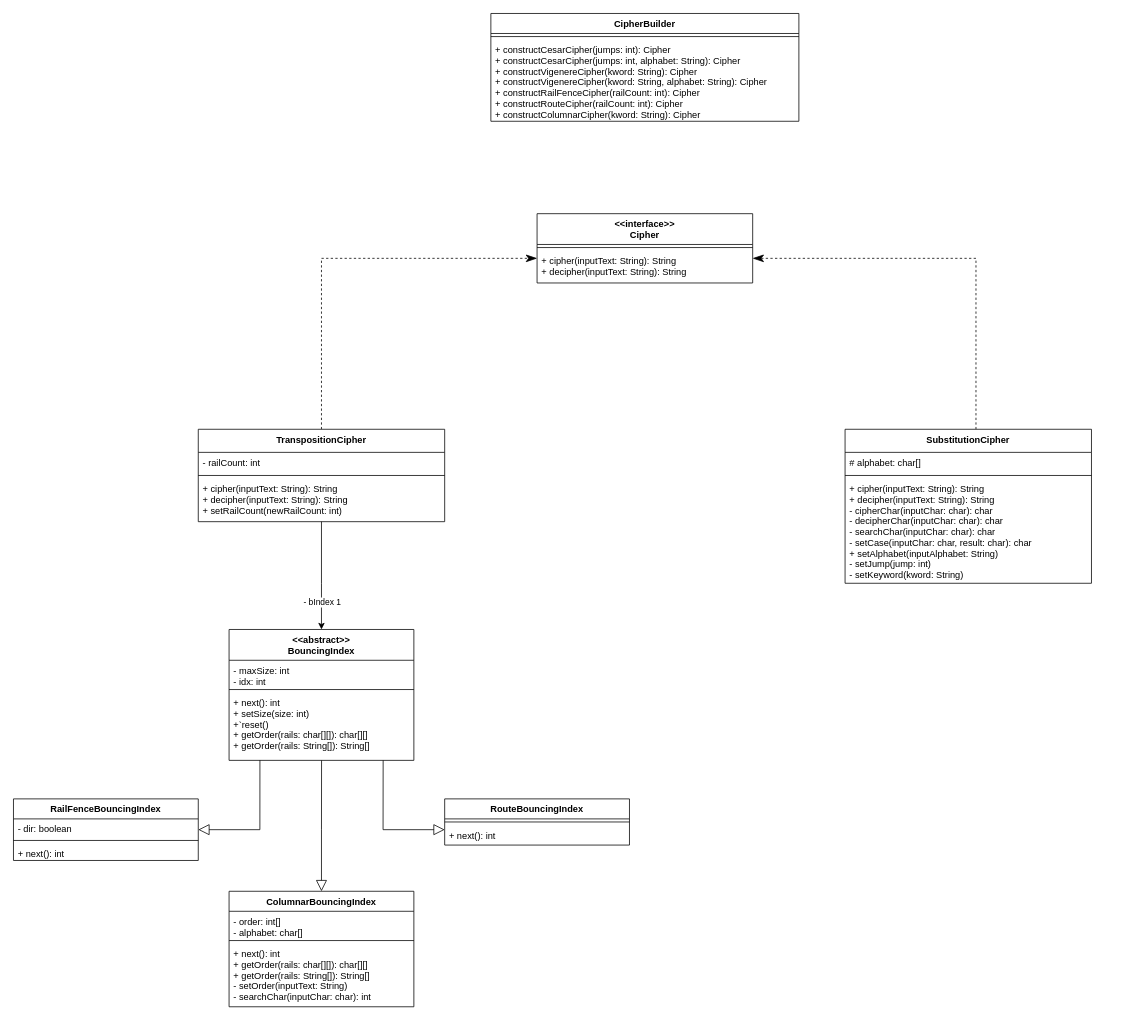
Tzanimor/OO2 keeps this draw.io diagram as ej.drawio. Above is the earlier version. Source tidied: cells renumbered, new cells numbered last; positions are measured from the earlier drawing's top-left corner, leaving out a move shared by most shapes. Both pictures are drawn from the tidied source at 77%, with x=0, y=0 at pixel (13, 13).
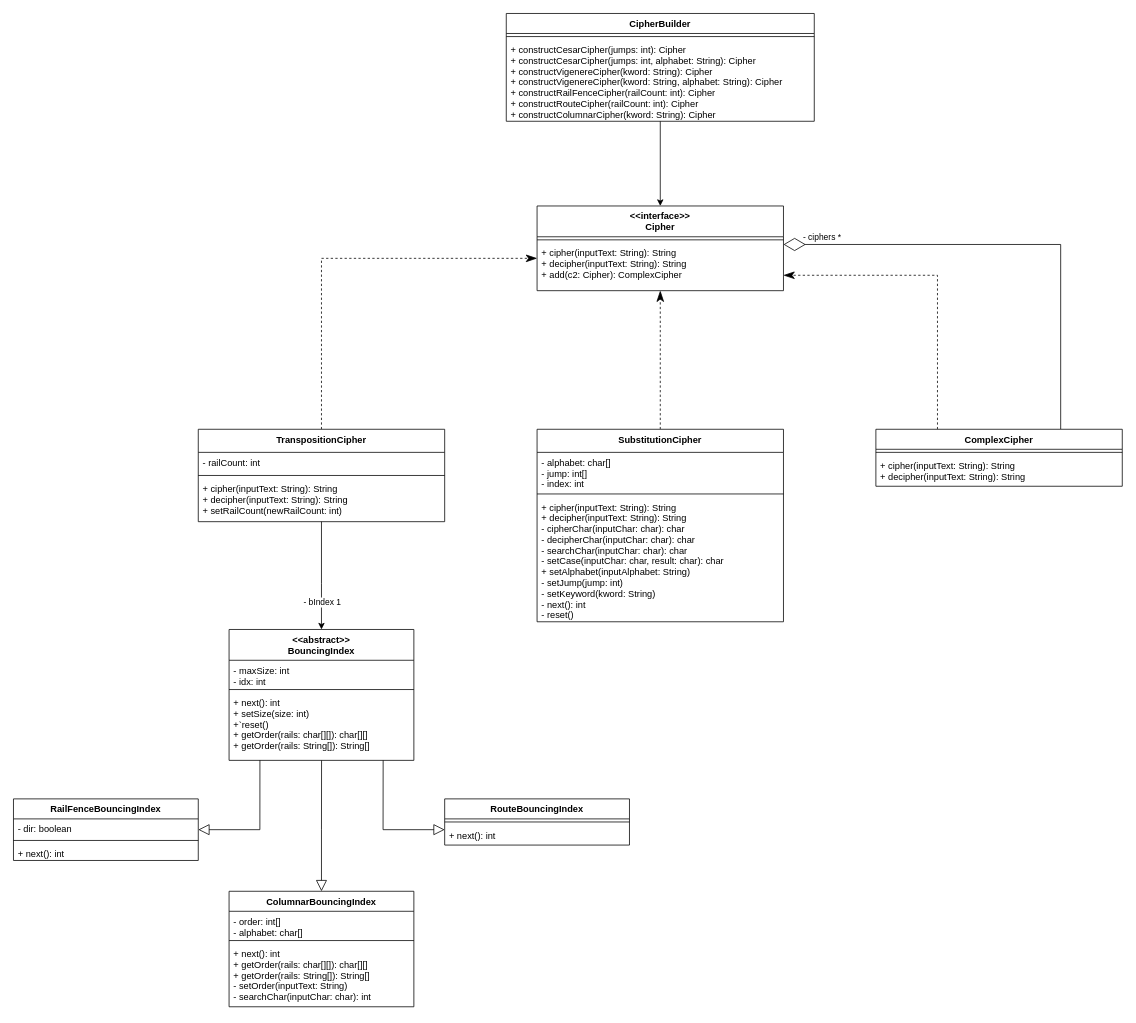
After the change.

The edit, as a diff of the source:
```diff
@@
     <mxCell id="6" value="&lt;&lt;interface&gt;&gt;&#10;Cipher" style="swimlane;fontStyle=1;align=center;verticalAlign=top;horizontal=1;startSize=40;" parent="1" vertex="1">
-      <mxGeometry x="680" y="260" width="280" height="90" as="geometry" />
+      <mxGeometry x="680" y="250" width="320" height="110" as="geometry" />
     </mxCell>
     <mxCell id="7" style="line;strokeWidth=1;fillColor=none;align=left;verticalAlign=middle;spacingTop=-1;spacingLeft=3;spacingRight=3;labelPosition=right;" parent="6" vertex="1">
-      <mxGeometry y="40" width="280" height="8" as="geometry" />
+      <mxGeometry y="40" width="320" height="8" as="geometry" />
     </mxCell>
-    <mxCell id="8" value="+ cipher(inputText: String): String&#10;+ decipher(inputText: String): String" style="text;strokeColor=none;fillColor=none;align=left;verticalAlign=top;spacingLeft=4;spacingRight=4;overflow=hidden;" parent="6" vertex="1">
-      <mxGeometry y="48" width="280" height="42" as="geometry" />
+    <mxCell id="8" value="+ cipher(inputText: String): String&#10;+ decipher(inputText: String): String&#10;+ add(c2: Cipher): ComplexCipher" style="text;strokeColor=none;fillColor=none;align=left;verticalAlign=top;spacingLeft=4;spacingRight=4;overflow=hidden;" parent="6" vertex="1">
+      <mxGeometry y="48" width="320" height="62" as="geometry" />
     </mxCell>
@@
-    <mxCell id="10" style="endArrow=classicThin;endFill=1;endSize=12;html=1;rounded=0;exitX=0.5;exitY=0;exitDx=0;exitDy=0;dashed=1;" parent="1" edge="1">
+    <mxCell id="10" style="endArrow=classicThin;endFill=1;endSize=12;html=1;rounded=0;exitX=0.25;exitY=0;exitDx=0;exitDy=0;dashed=1;" parent="1" edge="1" source="42">
       <mxGeometry relative="1" as="geometry">
-        <mxPoint x="1250" y="540" as="sourcePoint" />
-        <mxPoint x="960" y="318" as="targetPoint" />
+        <mxPoint x="1000" y="340" as="targetPoint" />
         <Array as="points">
-          <mxPoint x="1250" y="318" />
+          <mxPoint x="1200" y="340" />
+          <mxPoint x="1100" y="340" />
         </Array>
       </mxGeometry>
     </mxCell>
+    <mxCell id="38" style="edgeStyle=orthogonalEdgeStyle;rounded=0;jettySize=auto;html=1;dashed=1;endFill=1;endArrow=classicThin;endSize=12;" parent="1" edge="1" source="11">
+      <mxGeometry relative="1" as="geometry">
+        <mxPoint x="840" y="360" as="targetPoint" />
+      </mxGeometry>
+    </mxCell>
     <mxCell id="11" value="SubstitutionCipher" style="swimlane;fontStyle=1;align=center;verticalAlign=top;horizontal=1;startSize=30;" parent="1" vertex="1">
-      <mxGeometry x="1080" y="540" width="320" height="200" as="geometry" />
+      <mxGeometry x="680" y="540" width="320" height="250" as="geometry" />
     </mxCell>
-    <mxCell id="12" value="# alphabet: char[]" style="text;strokeColor=none;fillColor=none;align=left;verticalAlign=top;spacingLeft=4;spacingRight=4;overflow=hidden;" parent="11" vertex="1">
-      <mxGeometry y="30" width="320" height="26" as="geometry" />
+    <mxCell id="12" value="- alphabet: char[]&#10;- jump: int[]&#10;- index: int" style="text;strokeColor=none;fillColor=none;align=left;verticalAlign=top;spacingLeft=4;spacingRight=4;overflow=hidden;" parent="11" vertex="1">
+      <mxGeometry y="30" width="320" height="50" as="geometry" />
     </mxCell>
     <mxCell id="13" style="line;strokeWidth=1;fillColor=none;align=left;verticalAlign=middle;spacingTop=-1;spacingLeft=3;spacingRight=3;labelPosition=right;" parent="11" vertex="1">
-      <mxGeometry y="56" width="320" height="8" as="geometry" />
+      <mxGeometry y="80" width="320" height="8" as="geometry" />
     </mxCell>
-    <mxCell id="14" value="+ cipher(inputText: String): String&#10;+ decipher(inputText: String): String&#10;- cipherChar(inputChar: char): char&#10;- decipherChar(inputChar: char): char&#10;- searchChar(inputChar: char): char&#10;- setCase(inputChar: char, result: char): char&#10;+ setAlphabet(inputAlphabet: String)&#10;- setJump(jump: int)&#10;- setKeyword(kword: String)" style="text;strokeColor=none;fillColor=none;align=left;verticalAlign=top;spacingLeft=4;spacingRight=4;overflow=hidden;" parent="11" vertex="1">
-      <mxGeometry y="64" width="320" height="136" as="geometry" />
+    <mxCell id="14" value="+ cipher(inputText: String): String&#10;+ decipher(inputText: String): String&#10;- cipherChar(inputChar: char): char&#10;- decipherChar(inputChar: char): char&#10;- searchChar(inputChar: char): char&#10;- setCase(inputChar: char, result: char): char&#10;+ setAlphabet(inputAlphabet: String)&#10;- setJump(jump: int)&#10;- setKeyword(kword: String)&#10;- next(): int&#10;- reset()" style="text;strokeColor=none;fillColor=none;align=left;verticalAlign=top;spacingLeft=4;spacingRight=4;overflow=hidden;" parent="11" vertex="1">
+      <mxGeometry y="88" width="320" height="162" as="geometry" />
     </mxCell>
@@
+    <mxCell id="39" style="edgeStyle=orthogonalEdgeStyle;rounded=0;jettySize=auto;html=1;" parent="1" edge="1" source="35" target="6">
+      <mxGeometry relative="1" as="geometry" />
+    </mxCell>
     <mxCell id="35" value="CipherBuilder" style="swimlane;fontStyle=1;align=center;verticalAlign=top;horizontal=1;startSize=26;" parent="1" vertex="1">
-      <mxGeometry x="620" width="400" height="140" as="geometry" />
+      <mxGeometry x="640" width="400" height="140" as="geometry" />
     </mxCell>
@@
+    <mxCell id="40" style="edgeStyle=orthogonalEdgeStyle;rounded=0;jettySize=auto;html=1;endArrow=diamondThin;endFill=0;endSize=26;" parent="1" edge="1" source="42">
+      <mxGeometry relative="1" as="geometry">
+        <mxPoint x="1000" y="300" as="targetPoint" />
+        <Array as="points">
+          <mxPoint x="1360" y="300" />
+        </Array>
+      </mxGeometry>
+    </mxCell>
+    <mxCell id="41" value="- ciphers *" style="edgeLabel;html=1;align=center;verticalAlign=middle;" parent="40" vertex="1">
+      <mxGeometry x="0.71" y="-3" relative="1" as="geometry">
+        <mxPoint x="-38" y="-7" as="offset" />
+      </mxGeometry>
+    </mxCell>
+    <mxCell id="42" value="ComplexCipher" style="swimlane;fontStyle=1;align=center;verticalAlign=top;horizontal=1;startSize=26;" parent="1" vertex="1">
+      <mxGeometry x="1120" y="540" width="320" height="74" as="geometry" />
+    </mxCell>
+    <mxCell id="43" style="line;strokeWidth=1;fillColor=none;align=left;verticalAlign=middle;spacingTop=-1;spacingLeft=3;spacingRight=3;labelPosition=right;" parent="42" vertex="1">
+      <mxGeometry y="26" width="320" height="8" as="geometry" />
+    </mxCell>
+    <mxCell id="44" value="+ cipher(inputText: String): String&#10;+ decipher(inputText: String): String" style="text;strokeColor=none;fillColor=none;align=left;verticalAlign=top;spacingLeft=4;spacingRight=4;overflow=hidden;" parent="42" vertex="1">
+      <mxGeometry y="34" width="320" height="40" as="geometry" />
+    </mxCell>
```
